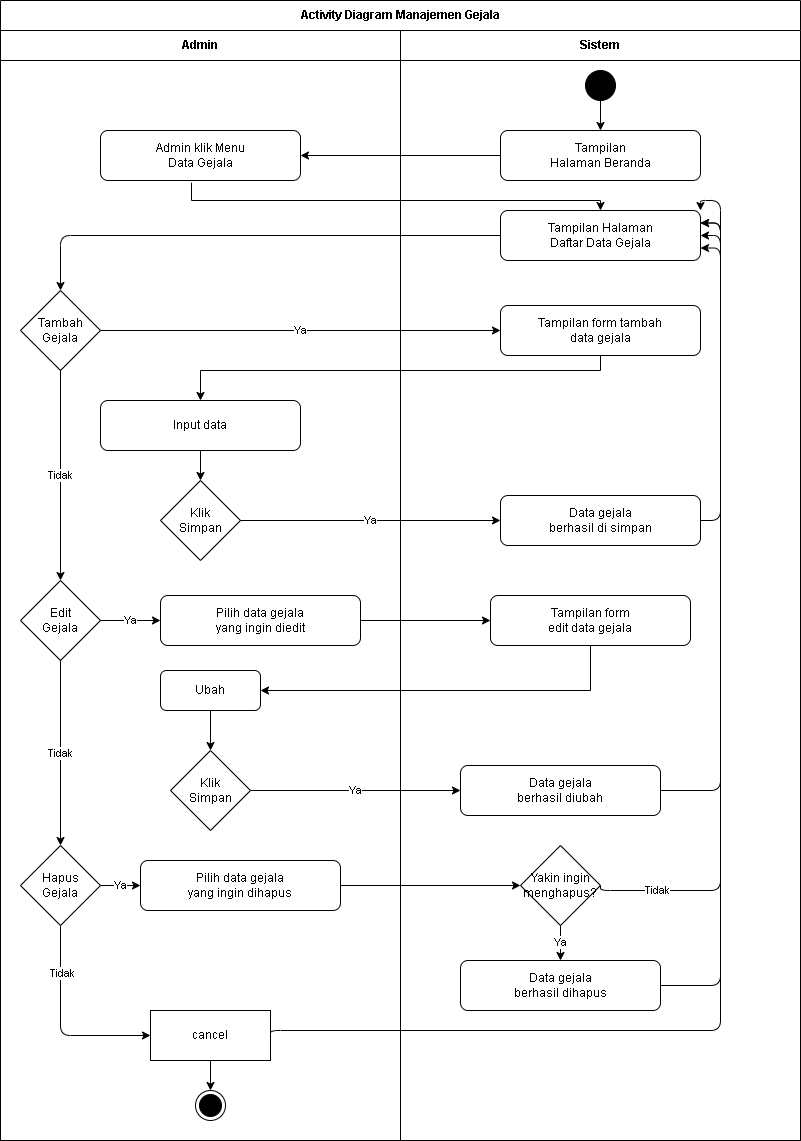
Jinsky/Jinsky keeps this draw.io diagram as diagram/Activity/admin_gejala.png. Above is the earlier version. Source tidied: cells renumbered, new cells last; positions are measured from the earlier drawing's top-left corner, leaving out a move shared by most shapes.
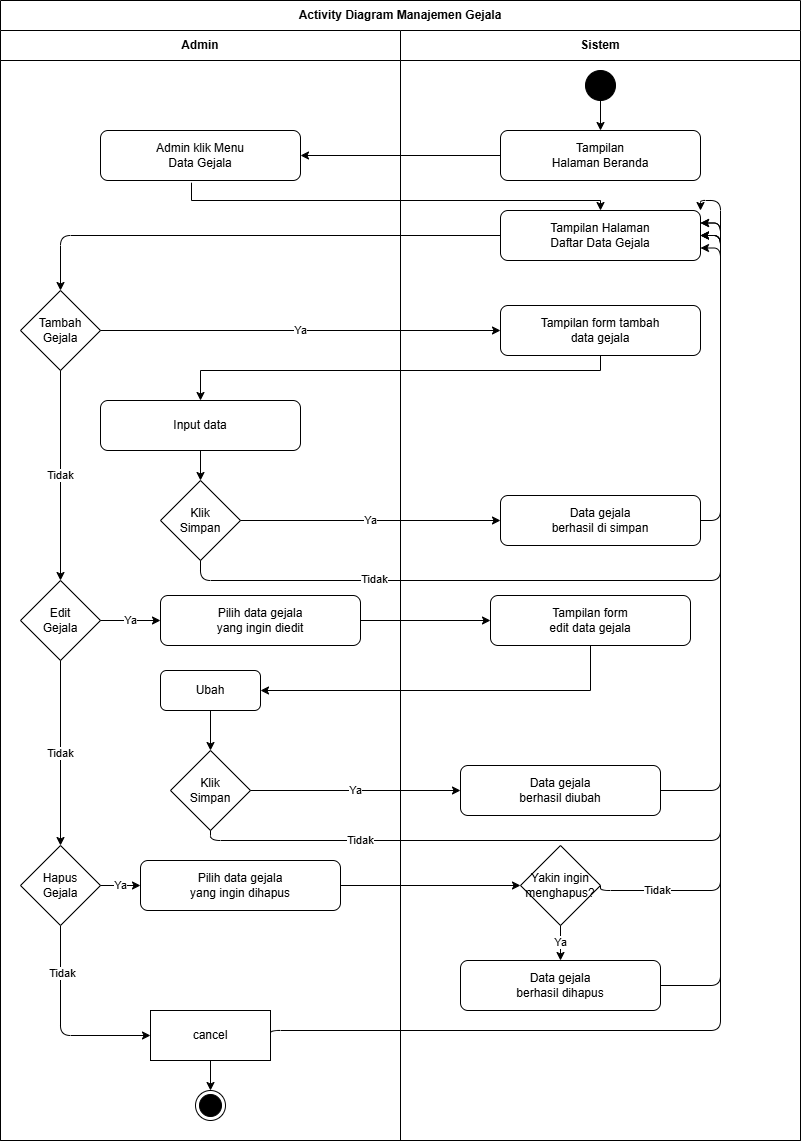
The same diagram one commit later.

What changed in the source:
```diff
@@ -144,6 +144,30 @@
         </Array>
       </mxGeometry>
     </mxCell>
+    <mxCell id="53" style="edgeStyle=orthogonalEdgeStyle;html=1;entryX=1;entryY=0.5;entryDx=0;entryDy=0;exitX=0.5;exitY=1;exitDx=0;exitDy=0;" parent="2" edge="1" source="7" target="22">
+      <mxGeometry relative="1" as="geometry">
+        <Array as="points">
+          <mxPoint x="200" y="580" />
+          <mxPoint x="720" y="580" />
+          <mxPoint x="720" y="235" />
+        </Array>
+      </mxGeometry>
+    </mxCell>
+    <mxCell id="54" value="Tidak" style="edgeLabel;html=1;align=center;verticalAlign=middle;" parent="53" vertex="1">
+      <mxGeometry x="-0.57" y="2" relative="1" as="geometry" />
+    </mxCell>
+    <mxCell id="55" style="edgeStyle=orthogonalEdgeStyle;html=1;entryX=1;entryY=0.5;entryDx=0;entryDy=0;exitX=0.5;exitY=1;exitDx=0;exitDy=0;" parent="2" edge="1" source="11" target="22">
+      <mxGeometry relative="1" as="geometry">
+        <Array as="points">
+          <mxPoint x="210" y="840" />
+          <mxPoint x="720" y="840" />
+          <mxPoint x="720" y="235" />
+        </Array>
+      </mxGeometry>
+    </mxCell>
+    <mxCell id="56" value="Tidak" style="edgeLabel;html=1;align=center;verticalAlign=middle;" parent="55" vertex="1">
+      <mxGeometry x="-0.72" y="1" relative="1" as="geometry" />
+    </mxCell>
     <mxCell id="37" style="edgeStyle=orthogonalEdgeStyle;rounded=0;jettySize=auto;html=1;strokeColor=#000000;" parent="1" edge="1" source="20" target="21">
       <mxGeometry relative="1" as="geometry" />
     </mxCell>
```
